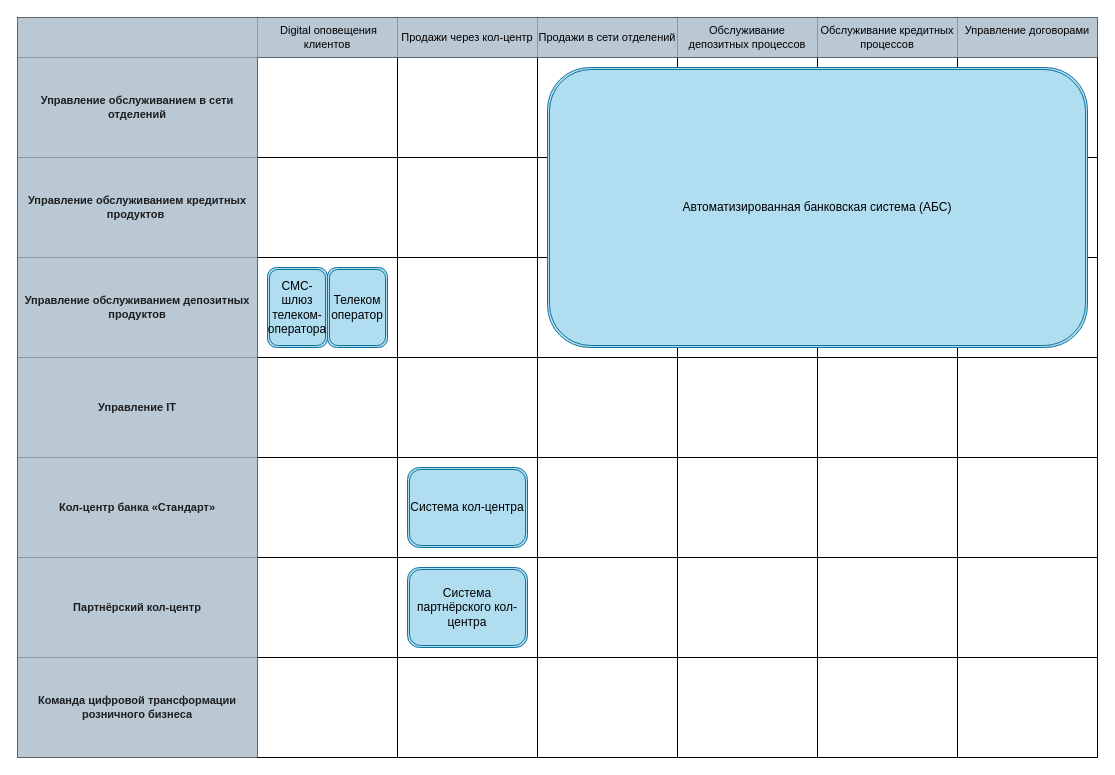
Earlier version of the draw.io diagram Task1/IT Landscape (current).drawio (alexeit-315/architecture-standart). Source tidied: cells renumbered, new cells numbered last; positions are measured from the earlier drawing's top-left corner, leaving out a move shared by most shapes. Both pictures are drawn from the tidied source at 100%, with x=0, y=0 at pixel (17, 17).
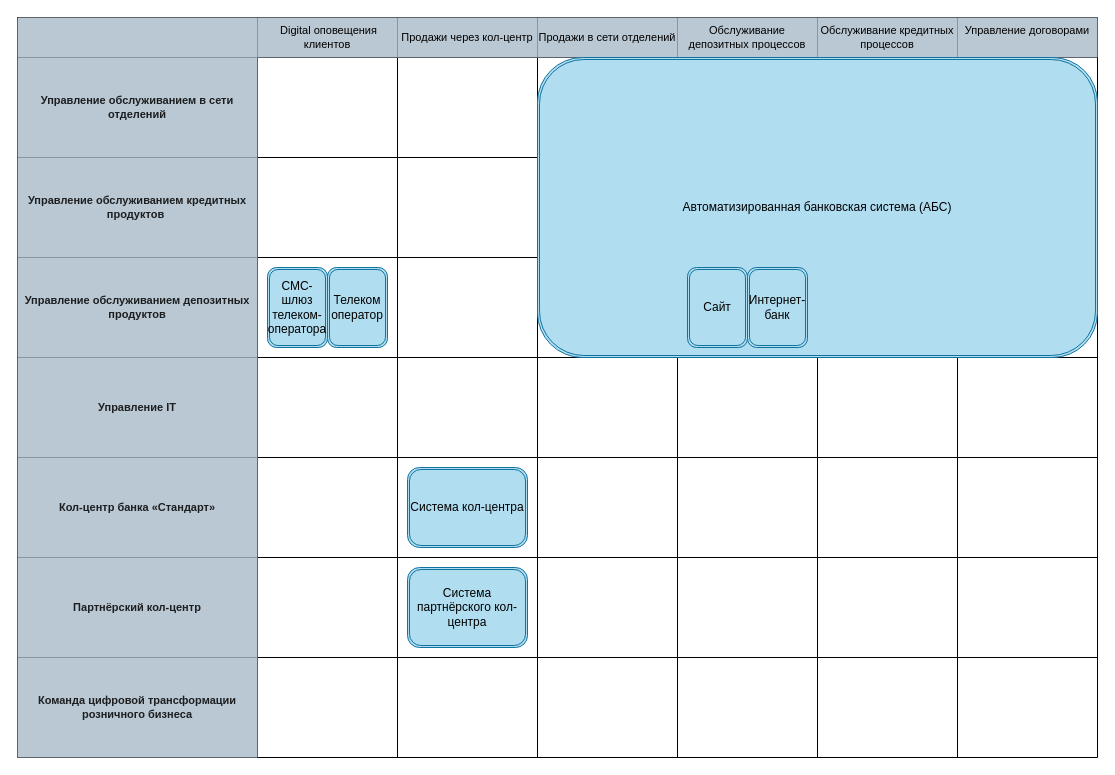
The same diagram, later.

The edit, as a diff of the source:
```diff
@@
     <mxCell id="67" value="Автоматизированная банковская система (АБС)" style="shape=ext;double=1;rounded=1;whiteSpace=wrap;html=1;fillColor=#b1ddf0;strokeColor=#10739e;" parent="1" vertex="1">
-      <mxGeometry x="530" y="50" width="540" height="280" as="geometry" />
+      <mxGeometry x="520" y="40" width="560" height="300" as="geometry" />
     </mxCell>
@@
+    <mxCell id="72" value="Сайт" style="shape=ext;double=1;rounded=1;whiteSpace=wrap;html=1;fillColor=#b1ddf0;strokeColor=#10739e;" parent="1" vertex="1">
+      <mxGeometry x="670" y="250" width="60" height="80" as="geometry" />
+    </mxCell>
+    <mxCell id="73" value="Интернет-банк" style="shape=ext;double=1;rounded=1;whiteSpace=wrap;html=1;fillColor=#b1ddf0;strokeColor=#10739e;" parent="1" vertex="1">
+      <mxGeometry x="730" y="250" width="60" height="80" as="geometry" />
+    </mxCell>
```
